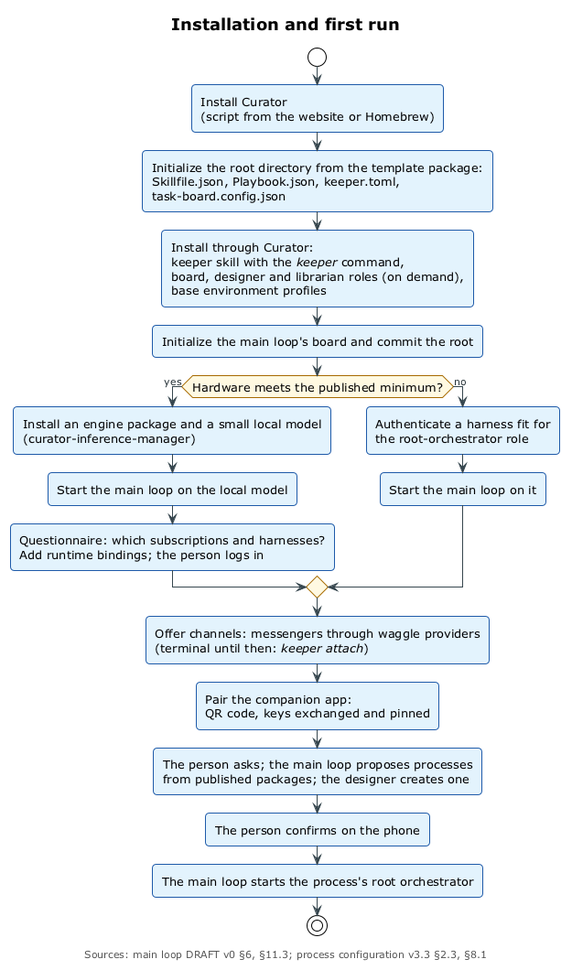
relux-works/curator-keeper keeps this PlantUML diagram as diagrams/artefacts/plantuml/installation-and-first-run.png. Above is the earlier version.
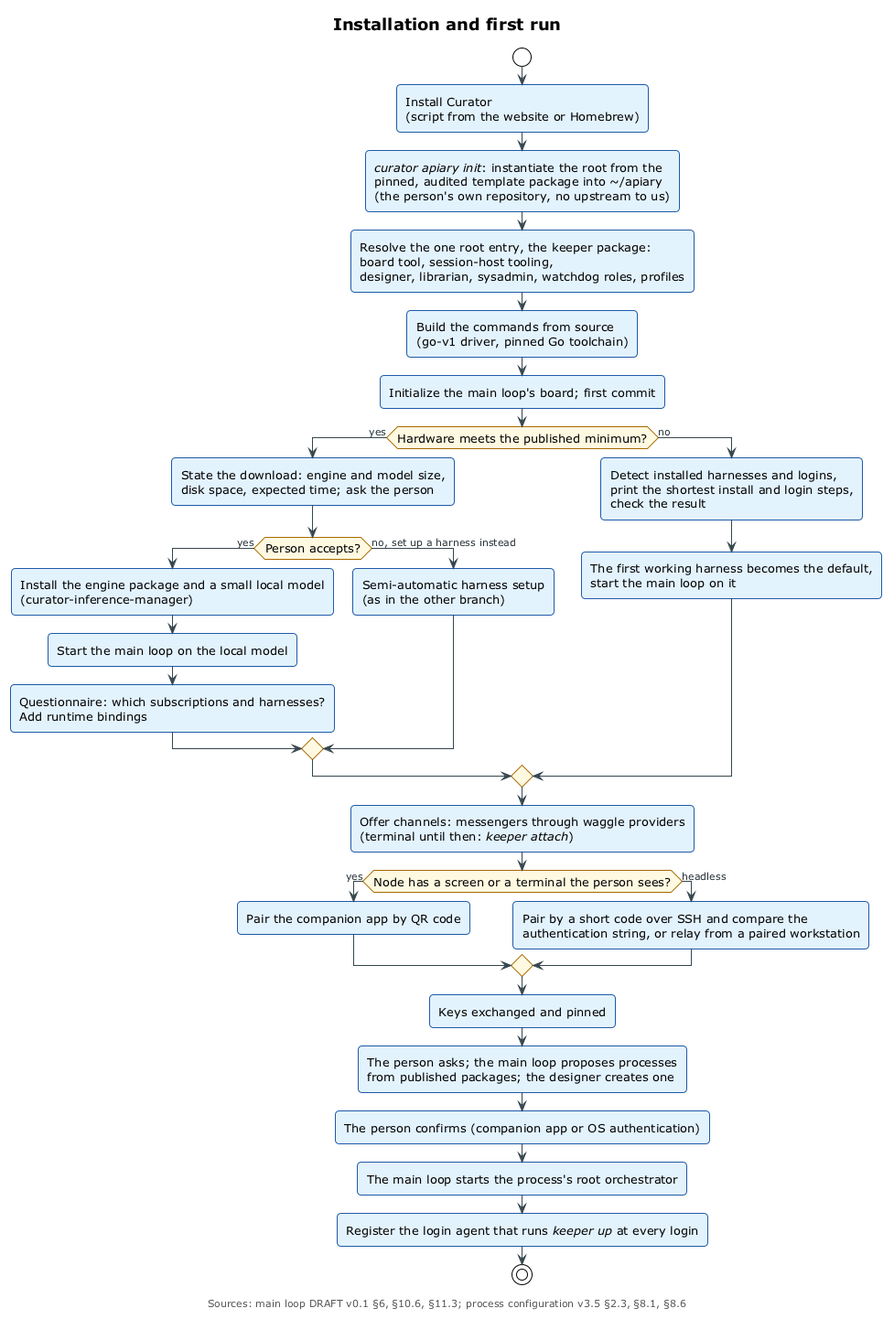
After the commit.

The edit, as a diff of the source:
```diff
@@ -3,7 +3,7 @@
 
 
 title Installation and first run
-caption Sources: main loop DRAFT v0 §6, §11.3; process configuration v3.3 §2.3, §8.1
+caption Sources: main loop DRAFT v0.1 §6, §10.6, §11.3; process configuration v3.5 §2.3, §8.1, §8.6
 
 skinparam ActivityBackgroundColor $SERVICE
 skinparam ActivityBorderColor $SERVICE_LINE
@@ -13,32 +13,49 @@
 start
 :Install Curator
 (script from the website or Homebrew);
-:Initialize the root directory from the template package:
-Skillfile.json, Playbook.json, keeper.toml, task-board.config.json;
-:Install through Curator:
-keeper skill with the <i>keeper</i> command,
-board, designer and librarian roles (on demand),
-base environment profiles;
-:Initialize the main loop's board and commit the root;
+:<i>curator apiary init</i>: instantiate the root from the
+pinned, audited template package into <U+007E>/apiary
+(the person's own repository, no upstream to us);
+:Resolve the one root entry, the keeper package:
+board tool, session-host tooling,
+designer, librarian, sysadmin, watchdog roles, profiles;
+:Build the commands from source
+(go-v1 driver, pinned Go toolchain);
+:Initialize the main loop's board; first commit;
 if (Hardware meets the published minimum?) then (yes)
-  :Install an engine package and a small local model
-  (curator-inference-manager);
-  :Start the main loop on the local model;
-  :Questionnaire: which subscriptions and harnesses?
-  Add runtime bindings; the person logs in;
+  :State the download: engine and model size,
+  disk space, expected time; ask the person;
+  if (Person accepts?) then (yes)
+    :Install the engine package and a small local model
+    (curator-inference-manager);
+    :Start the main loop on the local model;
+    :Questionnaire: which subscriptions and harnesses?
+    Add runtime bindings;
+  else (no, set up a harness instead)
+    :Semi-automatic harness setup
+    (as in the other branch);
+  endif
 else (no)
-  :Authenticate a harness fit for
-  the root-orchestrator role;
-  :Start the main loop on it;
+  :Detect installed harnesses and logins,
+  print the shortest install and login steps,
+  check the result;
+  :The first working harness becomes the default,
+  start the main loop on it;
 endif
 :Offer channels: messengers through waggle providers
 (terminal until then: <i>keeper attach</i>);
-:Pair the companion app:
-QR code, keys exchanged and pinned;
+if (Node has a screen or a terminal the person sees?) then (yes)
+  :Pair the companion app by QR code;
+else (headless)
+  :Pair by a short code over SSH and compare the
+  authentication string, or relay from a paired workstation;
+endif
+:Keys exchanged and pinned;
 :The person asks; the main loop proposes processes
 from published packages; the designer creates one;
-:The person confirms on the phone;
+:The person confirms (companion app or OS authentication);
 :The main loop starts the process's root orchestrator;
+:Register the login agent that runs <i>keeper up</i> at every login;
 stop
 
 @enduml
```
